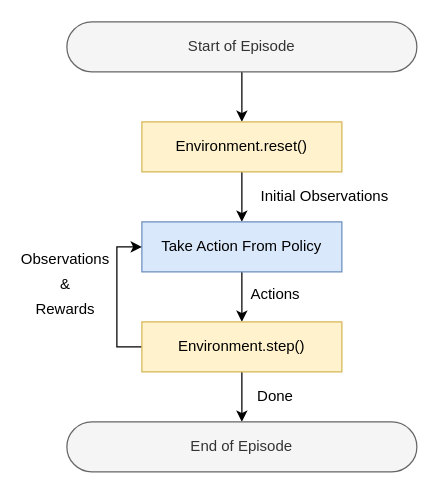
Earlier version of the draw.io diagram docs/drawio/episode-flow.drawio (jpmorganchase/Phantom). Source tidied: cells renumbered, new cells numbered last; positions are measured from the earlier drawing's top-left corner, leaving out a move shared by most shapes. Both pictures are drawn from the tidied source at 125%, with x=0, y=0 at pixel (21, 21).
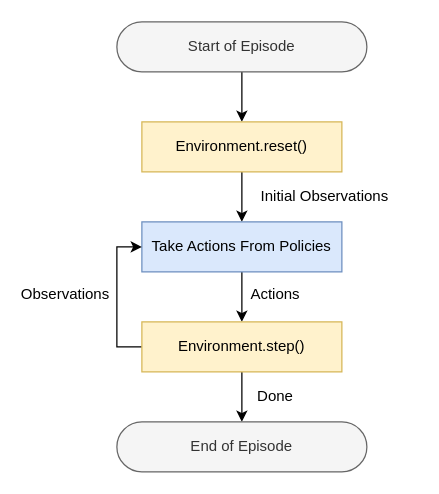
The same page after the edit.

Diff of the diagram source:
```diff
@@
 <mxGraphModel>
   <root>
     <mxCell id="0" />
     <mxCell id="1" parent="0" />
     <mxCell id="2" style="edgeStyle=orthogonalEdgeStyle;rounded=0;jettySize=auto;html=1;exitX=0.5;exitY=1;exitDx=0;exitDy=0;entryX=0.5;entryY=0;entryDx=0;entryDy=0;startArrow=none;startFill=0;endArrow=classic;endFill=1;" parent="1" edge="1" source="3" target="5">
       <mxGeometry relative="1" as="geometry" />
     </mxCell>
     <mxCell id="3" value="Start of Episode" style="rounded=1;whiteSpace=wrap;html=1;arcSize=50;fillColor=#f5f5f5;strokeColor=#666666;fontColor=#333333;" parent="1" vertex="1">
-      <mxGeometry x="36" width="280" height="40" as="geometry" />
+      <mxGeometry x="76" width="200" height="40" as="geometry" />
     </mxCell>
     <mxCell id="4" style="edgeStyle=orthogonalEdgeStyle;rounded=0;jettySize=auto;html=1;exitX=0.5;exitY=1;exitDx=0;exitDy=0;entryX=0.5;entryY=0;entryDx=0;entryDy=0;startArrow=none;startFill=0;endArrow=classic;endFill=1;" parent="1" edge="1" source="5" target="7">
       <mxGeometry relative="1" as="geometry" />
     </mxCell>
     <mxCell id="5" value="Environment.reset()" style="rounded=0;whiteSpace=wrap;html=1;fillColor=#fff2cc;strokeColor=#d6b656;" parent="1" vertex="1">
       <mxGeometry x="96" y="80" width="160" height="40" as="geometry" />
     </mxCell>
     <mxCell id="6" style="edgeStyle=orthogonalEdgeStyle;rounded=0;jettySize=auto;html=1;exitX=0.5;exitY=1;exitDx=0;exitDy=0;entryX=0.5;entryY=0;entryDx=0;entryDy=0;startArrow=none;startFill=0;endArrow=classic;endFill=1;" parent="1" edge="1" source="7" target="11">
       <mxGeometry relative="1" as="geometry" />
     </mxCell>
-    <mxCell id="7" value="Take Action From Policy" style="rounded=0;whiteSpace=wrap;html=1;fillColor=#dae8fc;strokeColor=#6c8ebf;" parent="1" vertex="1">
+    <mxCell id="7" value="Take Actions From Policies" style="rounded=0;whiteSpace=wrap;html=1;fillColor=#dae8fc;strokeColor=#6c8ebf;" parent="1" vertex="1">
       <mxGeometry x="96" y="160" width="160" height="40" as="geometry" />
     </mxCell>
     <mxCell id="8" value="Initial Observations" style="text;html=1;strokeColor=none;fillColor=none;align=center;verticalAlign=middle;whiteSpace=wrap;rounded=0;" parent="1" vertex="1">
       <mxGeometry x="189" y="130" width="107" height="20" as="geometry" />
     </mxCell>
     <mxCell id="9" style="edgeStyle=orthogonalEdgeStyle;rounded=0;jettySize=auto;html=1;exitX=0;exitY=0.5;exitDx=0;exitDy=0;entryX=0;entryY=0.5;entryDx=0;entryDy=0;startArrow=none;startFill=0;endArrow=classic;endFill=1;" parent="1" edge="1" source="11" target="7">
       <mxGeometry relative="1" as="geometry" />
     </mxCell>
     <mxCell id="10" style="edgeStyle=orthogonalEdgeStyle;rounded=0;jettySize=auto;html=1;exitX=0.5;exitY=1;exitDx=0;exitDy=0;entryX=0.5;entryY=0;entryDx=0;entryDy=0;" parent="1" edge="1" source="11" target="13">
       <mxGeometry relative="1" as="geometry" />
     </mxCell>
     <mxCell id="11" value="Environment.step()" style="rounded=0;whiteSpace=wrap;html=1;fillColor=#fff2cc;strokeColor=#d6b656;" parent="1" vertex="1">
       <mxGeometry x="96" y="240" width="160" height="40" as="geometry" />
     </mxCell>
     <mxCell id="12" value="Actions" style="text;html=1;strokeColor=none;fillColor=none;align=center;verticalAlign=middle;whiteSpace=wrap;rounded=0;" parent="1" vertex="1">
       <mxGeometry x="168" y="208" width="70" height="20" as="geometry" />
     </mxCell>
     <mxCell id="13" value="End of Episode" style="rounded=1;whiteSpace=wrap;html=1;arcSize=50;fillColor=#f5f5f5;strokeColor=#666666;fontColor=#333333;" parent="1" vertex="1">
-      <mxGeometry x="36" y="320" width="280" height="40" as="geometry" />
+      <mxGeometry x="76" y="320" width="200" height="40" as="geometry" />
     </mxCell>
     <mxCell id="14" value="Observations" style="text;html=1;strokeColor=none;fillColor=none;align=center;verticalAlign=middle;whiteSpace=wrap;rounded=0;" parent="1" vertex="1">
-      <mxGeometry y="180" width="70" height="20" as="geometry" />
+      <mxGeometry y="208" width="70" height="20" as="geometry" />
     </mxCell>
-    <mxCell id="15" value="&amp;amp;" style="text;html=1;strokeColor=none;fillColor=none;align=center;verticalAlign=middle;whiteSpace=wrap;rounded=0;" parent="1" vertex="1">
-      <mxGeometry y="200" width="70" height="20" as="geometry" />
-    </mxCell>
-    <mxCell id="16" value="Rewards" style="text;html=1;strokeColor=none;fillColor=none;align=center;verticalAlign=middle;whiteSpace=wrap;rounded=0;" parent="1" vertex="1">
-      <mxGeometry y="220" width="70" height="20" as="geometry" />
-    </mxCell>
     <mxCell id="17" value="Done" style="text;html=1;strokeColor=none;fillColor=none;align=center;verticalAlign=middle;whiteSpace=wrap;rounded=0;" parent="1" vertex="1">
       <mxGeometry x="168" y="290" width="70" height="20" as="geometry" />
     </mxCell>
   </root>
 </mxGraphModel>
```
